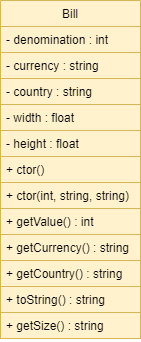
This is UML/Bill.png from zedicus25/BillProjects_UML, a draw.io export, as it was before one commit. Source tidied: cells renumbered, new cells last; positions are measured from the earlier drawing's top-left corner, leaving out a move shared by most shapes. Source of this version:
```xml
<mxGraphModel>
  <root>
    <mxCell id="0" />
    <mxCell id="1" parent="0" />
    <mxCell id="2" value="Bill" style="swimlane;fontStyle=0;horizontal=1;startSize=26;fillColor=#fff2cc;strokeColor=#d6b656;" parent="1" vertex="1">
      <mxGeometry width="140" height="338" as="geometry" />
    </mxCell>
    <mxCell id="3" value="- denomination : int " style="text;align=left;verticalAlign=top;spacingLeft=4;spacingRight=4;overflow=hidden;fillColor=#fff2cc;strokeColor=#d6b656;" parent="2" vertex="1">
      <mxGeometry y="26" width="140" height="26" as="geometry" />
    </mxCell>
    <mxCell id="4" value="- currency : string" style="text;align=left;verticalAlign=top;spacingLeft=4;spacingRight=4;overflow=hidden;fillColor=#fff2cc;strokeColor=#d6b656;" parent="2" vertex="1">
      <mxGeometry y="52" width="140" height="26" as="geometry" />
    </mxCell>
    <mxCell id="5" value="- country : string" style="text;align=left;verticalAlign=top;spacingLeft=4;spacingRight=4;overflow=hidden;fillColor=#fff2cc;strokeColor=#d6b656;" parent="2" vertex="1">
      <mxGeometry y="78" width="140" height="26" as="geometry" />
    </mxCell>
    <mxCell id="6" value="- width : float" style="text;align=left;verticalAlign=top;spacingLeft=4;spacingRight=4;overflow=hidden;fillColor=#fff2cc;strokeColor=#d6b656;" parent="2" vertex="1">
      <mxGeometry y="104" width="140" height="26" as="geometry" />
    </mxCell>
    <mxCell id="7" value="- height : float" style="text;align=left;verticalAlign=top;spacingLeft=4;spacingRight=4;overflow=hidden;fillColor=#fff2cc;strokeColor=#d6b656;" parent="2" vertex="1">
      <mxGeometry y="130" width="140" height="26" as="geometry" />
    </mxCell>
    <mxCell id="8" value="+ ctor()" style="text;align=left;verticalAlign=top;spacingLeft=4;spacingRight=4;overflow=hidden;fillColor=#fff2cc;strokeColor=#d6b656;" parent="2" vertex="1">
      <mxGeometry y="156" width="140" height="26" as="geometry" />
    </mxCell>
    <mxCell id="9" value="+ ctor(int, string, string)" style="text;align=left;verticalAlign=top;spacingLeft=4;spacingRight=4;overflow=hidden;fillColor=#fff2cc;strokeColor=#d6b656;" parent="2" vertex="1">
      <mxGeometry y="182" width="140" height="26" as="geometry" />
    </mxCell>
    <mxCell id="10" value="+ getValue() : int" style="text;align=left;verticalAlign=top;spacingLeft=4;spacingRight=4;overflow=hidden;fillColor=#fff2cc;strokeColor=#d6b656;" parent="2" vertex="1">
      <mxGeometry y="208" width="140" height="26" as="geometry" />
    </mxCell>
    <mxCell id="11" value="+ getCurrency() : string" style="text;align=left;verticalAlign=top;spacingLeft=4;spacingRight=4;overflow=hidden;fillColor=#fff2cc;strokeColor=#d6b656;" parent="2" vertex="1">
      <mxGeometry y="234" width="140" height="26" as="geometry" />
    </mxCell>
    <mxCell id="12" value="+ getCountry() : string" style="text;align=left;verticalAlign=top;spacingLeft=4;spacingRight=4;overflow=hidden;fillColor=#fff2cc;strokeColor=#d6b656;" parent="2" vertex="1">
      <mxGeometry y="260" width="140" height="26" as="geometry" />
    </mxCell>
    <mxCell id="13" value="+ toString() : string" style="text;align=left;verticalAlign=top;spacingLeft=4;spacingRight=4;overflow=hidden;fillColor=#fff2cc;strokeColor=#d6b656;" parent="2" vertex="1">
      <mxGeometry y="286" width="140" height="26" as="geometry" />
    </mxCell>
    <mxCell id="14" value="+ getSize() : string" style="text;align=left;verticalAlign=top;spacingLeft=4;spacingRight=4;overflow=hidden;fillColor=#fff2cc;strokeColor=#d6b656;" parent="2" vertex="1">
      <mxGeometry y="312" width="140" height="26" as="geometry" />
    </mxCell>
  </root>
</mxGraphModel>
```
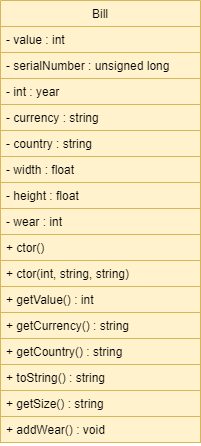
After the change.

Change to the diagram source:
```diff
@@ -3,43 +3,55 @@
     <mxCell id="0" />
     <mxCell id="1" parent="0" />
     <mxCell id="2" value="Bill" style="swimlane;fontStyle=0;horizontal=1;startSize=26;fillColor=#fff2cc;strokeColor=#d6b656;" parent="1" vertex="1">
-      <mxGeometry width="140" height="338" as="geometry" />
+      <mxGeometry width="200" height="442" as="geometry" />
     </mxCell>
-    <mxCell id="3" value="- denomination : int " style="text;align=left;verticalAlign=top;spacingLeft=4;spacingRight=4;overflow=hidden;fillColor=#fff2cc;strokeColor=#d6b656;" parent="2" vertex="1">
-      <mxGeometry y="26" width="140" height="26" as="geometry" />
+    <mxCell id="3" value="- value : int " style="text;align=left;verticalAlign=top;spacingLeft=4;spacingRight=4;overflow=hidden;fillColor=#fff2cc;strokeColor=#d6b656;" parent="2" vertex="1">
+      <mxGeometry y="26" width="200" height="26" as="geometry" />
     </mxCell>
+    <mxCell id="15" value="- serialNumber : unsigned long" style="text;align=left;verticalAlign=top;spacingLeft=4;spacingRight=4;overflow=hidden;fillColor=#fff2cc;strokeColor=#d6b656;" parent="2" vertex="1">
+      <mxGeometry y="52" width="200" height="26" as="geometry" />
+    </mxCell>
+    <mxCell id="16" value="- int : year" style="text;align=left;verticalAlign=top;spacingLeft=4;spacingRight=4;overflow=hidden;fillColor=#fff2cc;strokeColor=#d6b656;" parent="2" vertex="1">
+      <mxGeometry y="78" width="200" height="26" as="geometry" />
+    </mxCell>
     <mxCell id="4" value="- currency : string" style="text;align=left;verticalAlign=top;spacingLeft=4;spacingRight=4;overflow=hidden;fillColor=#fff2cc;strokeColor=#d6b656;" parent="2" vertex="1">
-      <mxGeometry y="52" width="140" height="26" as="geometry" />
+      <mxGeometry y="104" width="200" height="26" as="geometry" />
     </mxCell>
     <mxCell id="5" value="- country : string" style="text;align=left;verticalAlign=top;spacingLeft=4;spacingRight=4;overflow=hidden;fillColor=#fff2cc;strokeColor=#d6b656;" parent="2" vertex="1">
-      <mxGeometry y="78" width="140" height="26" as="geometry" />
+      <mxGeometry y="130" width="200" height="26" as="geometry" />
     </mxCell>
     <mxCell id="6" value="- width : float" style="text;align=left;verticalAlign=top;spacingLeft=4;spacingRight=4;overflow=hidden;fillColor=#fff2cc;strokeColor=#d6b656;" parent="2" vertex="1">
-      <mxGeometry y="104" width="140" height="26" as="geometry" />
+      <mxGeometry y="156" width="200" height="26" as="geometry" />
     </mxCell>
     <mxCell id="7" value="- height : float" style="text;align=left;verticalAlign=top;spacingLeft=4;spacingRight=4;overflow=hidden;fillColor=#fff2cc;strokeColor=#d6b656;" parent="2" vertex="1">
-      <mxGeometry y="130" width="140" height="26" as="geometry" />
+      <mxGeometry y="182" width="200" height="26" as="geometry" />
     </mxCell>
+    <mxCell id="17" value="- wear : int" style="text;align=left;verticalAlign=top;spacingLeft=4;spacingRight=4;overflow=hidden;fillColor=#fff2cc;strokeColor=#d6b656;" parent="2" vertex="1">
+      <mxGeometry y="208" width="200" height="26" as="geometry" />
+    </mxCell>
     <mxCell id="8" value="+ ctor()" style="text;align=left;verticalAlign=top;spacingLeft=4;spacingRight=4;overflow=hidden;fillColor=#fff2cc;strokeColor=#d6b656;" parent="2" vertex="1">
-      <mxGeometry y="156" width="140" height="26" as="geometry" />
+      <mxGeometry y="234" width="200" height="26" as="geometry" />
     </mxCell>
     <mxCell id="9" value="+ ctor(int, string, string)" style="text;align=left;verticalAlign=top;spacingLeft=4;spacingRight=4;overflow=hidden;fillColor=#fff2cc;strokeColor=#d6b656;" parent="2" vertex="1">
-      <mxGeometry y="182" width="140" height="26" as="geometry" />
+      <mxGeometry y="260" width="200" height="26" as="geometry" />
     </mxCell>
     <mxCell id="10" value="+ getValue() : int" style="text;align=left;verticalAlign=top;spacingLeft=4;spacingRight=4;overflow=hidden;fillColor=#fff2cc;strokeColor=#d6b656;" parent="2" vertex="1">
-      <mxGeometry y="208" width="140" height="26" as="geometry" />
+      <mxGeometry y="286" width="200" height="26" as="geometry" />
     </mxCell>
     <mxCell id="11" value="+ getCurrency() : string" style="text;align=left;verticalAlign=top;spacingLeft=4;spacingRight=4;overflow=hidden;fillColor=#fff2cc;strokeColor=#d6b656;" parent="2" vertex="1">
-      <mxGeometry y="234" width="140" height="26" as="geometry" />
+      <mxGeometry y="312" width="200" height="26" as="geometry" />
     </mxCell>
     <mxCell id="12" value="+ getCountry() : string" style="text;align=left;verticalAlign=top;spacingLeft=4;spacingRight=4;overflow=hidden;fillColor=#fff2cc;strokeColor=#d6b656;" parent="2" vertex="1">
-      <mxGeometry y="260" width="140" height="26" as="geometry" />
+      <mxGeometry y="338" width="200" height="26" as="geometry" />
     </mxCell>
     <mxCell id="13" value="+ toString() : string" style="text;align=left;verticalAlign=top;spacingLeft=4;spacingRight=4;overflow=hidden;fillColor=#fff2cc;strokeColor=#d6b656;" parent="2" vertex="1">
-      <mxGeometry y="286" width="140" height="26" as="geometry" />
+      <mxGeometry y="364" width="200" height="26" as="geometry" />
     </mxCell>
     <mxCell id="14" value="+ getSize() : string" style="text;align=left;verticalAlign=top;spacingLeft=4;spacingRight=4;overflow=hidden;fillColor=#fff2cc;strokeColor=#d6b656;" parent="2" vertex="1">
-      <mxGeometry y="312" width="140" height="26" as="geometry" />
+      <mxGeometry y="390" width="200" height="26" as="geometry" />
     </mxCell>
+    <mxCell id="18" value="+ addWear() : void" style="text;align=left;verticalAlign=top;spacingLeft=4;spacingRight=4;overflow=hidden;fillColor=#fff2cc;strokeColor=#d6b656;" parent="2" vertex="1">
+      <mxGeometry y="416" width="200" height="26" as="geometry" />
+    </mxCell>
   </root>
 </mxGraphModel>
```
